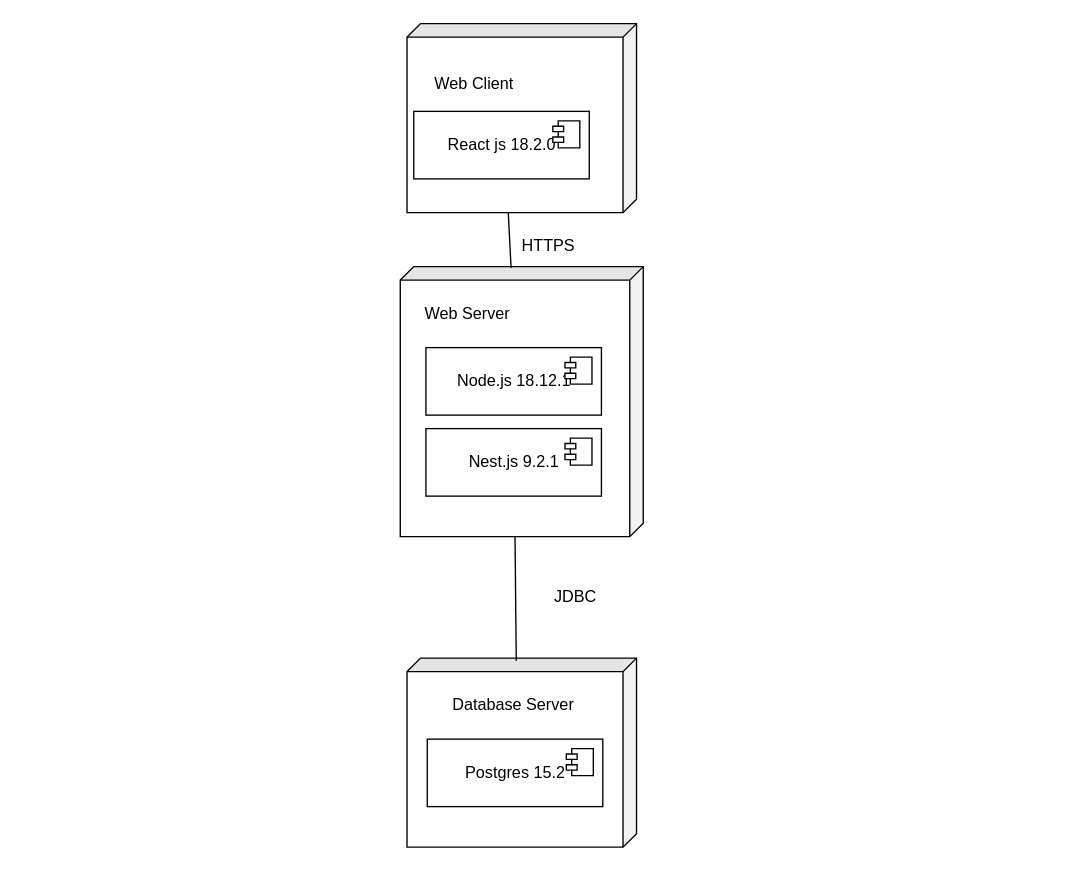
Above: diagrams/diagram_razvert.drawio in PyroGodz/ProjectionInternetSystems (draw.io), before the change. Source tidied: cells renumbered, new cells numbered last; positions are measured from the earlier drawing's top-left corner, leaving out a move shared by most shapes. Both pictures are drawn from the tidied source at 135%, with x=0, y=0 at pixel (400, 23).
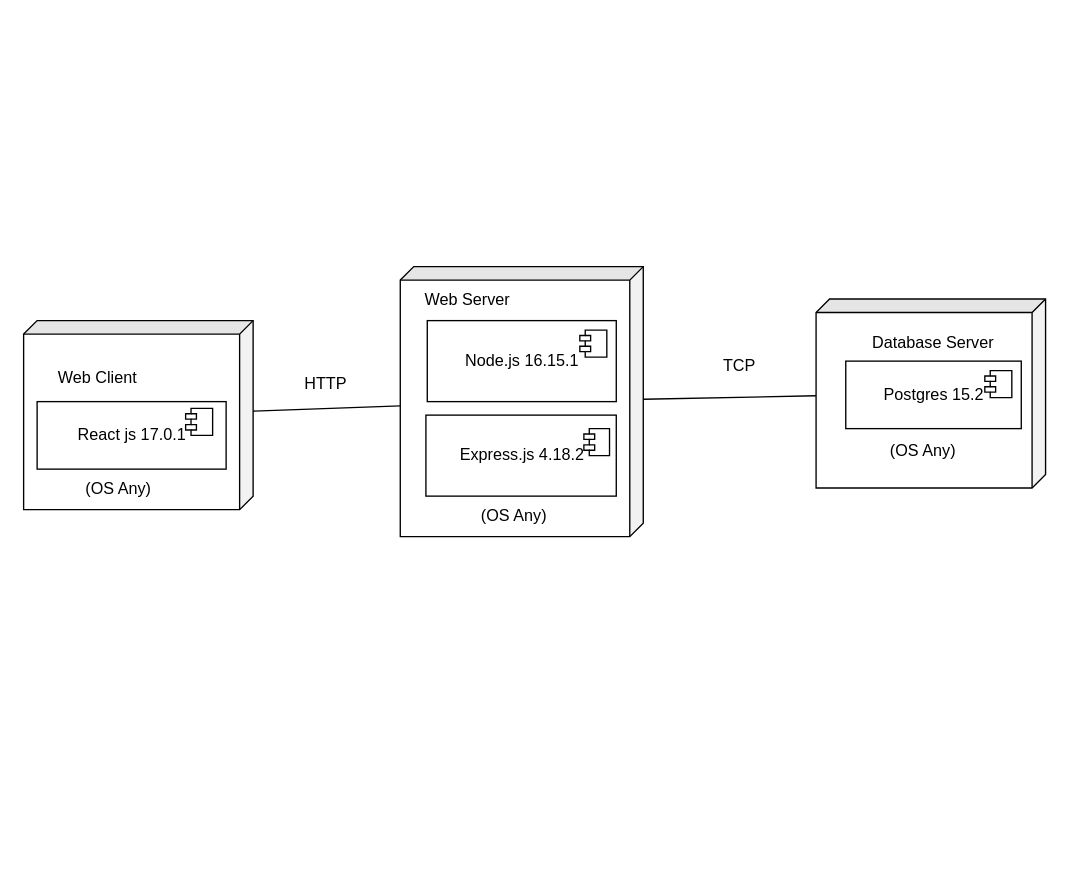
The same page after the edit.

The change refers to these unchanged cells:
```xml
<mxCell id="2" style="shape=cube;whiteSpace=wrap;html=1;boundedLbl=1;backgroundOutline=1;darkOpacity=0.05;darkOpacity2=0.1;size=10;direction=south;align=left;" parent="1" vertex="1">
  <mxGeometry y="180" width="180" height="200" as="geometry" />
</mxCell>
```

Change to the diagram source:
```diff
@@
     <mxCell id="3" value="Web Server" style="text;html=1;strokeColor=none;fillColor=none;align=center;verticalAlign=middle;whiteSpace=wrap;rounded=0;" parent="1" vertex="1">
-      <mxGeometry x="10" y="200" width="80" height="30" as="geometry" />
+      <mxGeometry x="10" y="190" width="80" height="30" as="geometry" />
     </mxCell>
-    <mxCell id="4" value="Node.js 18.12.1" style="html=1;" parent="1" vertex="1">
-      <mxGeometry x="19" y="240" width="130" height="50" as="geometry" />
+    <mxCell id="4" value="Node.js 16.15.1" style="html=1;" parent="1" vertex="1">
+      <mxGeometry x="20" y="220" width="140" height="60" as="geometry" />
     </mxCell>
@@
-    <mxCell id="6" value="Nest.js 9.2.1" style="html=1;" parent="1" vertex="1">
-      <mxGeometry x="19" y="300" width="130" height="50" as="geometry" />
+    <mxCell id="6" value="Express.js 4.18.2" style="html=1;" parent="1" vertex="1">
+      <mxGeometry x="19" y="290" width="141" height="60" as="geometry" />
     </mxCell>
     <mxCell id="7" style="shape=module;jettyWidth=8;jettyHeight=4;" parent="6" vertex="1">
-      <mxGeometry x="1" width="20" height="20" relative="1" as="geometry">
-        <mxPoint x="-27" y="7" as="offset" />
+      <mxGeometry x="1" width="19" height="20" relative="1" as="geometry">
+        <mxPoint x="-24" y="10" as="offset" />
       </mxGeometry>
     </mxCell>
     <mxCell id="8" style="shape=cube;whiteSpace=wrap;html=1;boundedLbl=1;backgroundOutline=1;darkOpacity=0.05;darkOpacity2=0.1;size=10;direction=south;align=left;" parent="1" vertex="1">
-      <mxGeometry x="5" width="170" height="140" as="geometry" />
+      <mxGeometry x="-279" y="220" width="170" height="140" as="geometry" />
     </mxCell>
     <mxCell id="9" value="Web Client" style="text;html=1;strokeColor=none;fillColor=none;align=center;verticalAlign=middle;whiteSpace=wrap;rounded=0;" parent="1" vertex="1">
-      <mxGeometry x="15" y="30" width="80" height="30" as="geometry" />
+      <mxGeometry x="-264" y="247.5" width="80" height="30" as="geometry" />
     </mxCell>
-    <mxCell id="10" style="endArrow=none;html=1;rounded=0;entryX=0.005;entryY=0.544;entryDx=0;entryDy=0;entryPerimeter=0;" parent="1" edge="1" target="2">
-      <mxGeometry relative="1" as="geometry">
-        <mxPoint x="80" y="140" as="sourcePoint" />
-      </mxGeometry>
+    <mxCell id="10" style="endArrow=none;html=1;rounded=0;" parent="1" edge="1" source="8" target="2">
+      <mxGeometry relative="1" as="geometry" />
     </mxCell>
-    <mxCell id="11" value="React js 18.2.0" style="html=1;" parent="1" vertex="1">
-      <mxGeometry x="10" y="65" width="130" height="50" as="geometry" />
+    <mxCell id="11" value="React js 17.0.1" style="html=1;" parent="1" vertex="1">
+      <mxGeometry x="-269" y="280" width="140" height="50" as="geometry" />
     </mxCell>
     <mxCell id="12" style="shape=module;jettyWidth=8;jettyHeight=4;" parent="11" vertex="1">
       <mxGeometry x="1" width="20" height="20" relative="1" as="geometry">
-        <mxPoint x="-27" y="7" as="offset" />
+        <mxPoint x="-30" y="5" as="offset" />
       </mxGeometry>
     </mxCell>
-    <mxCell id="13" value="HTTPS" style="text;html=1;strokeColor=none;fillColor=none;align=center;verticalAlign=middle;whiteSpace=wrap;rounded=0;" parent="1" vertex="1">
-      <mxGeometry x="80" y="150" width="60" height="30" as="geometry" />
+    <mxCell id="13" value="HTTP" style="text;html=1;strokeColor=none;fillColor=none;align=center;verticalAlign=middle;whiteSpace=wrap;rounded=0;" parent="1" vertex="1">
+      <mxGeometry x="-85" y="252" width="60" height="30" as="geometry" />
     </mxCell>
     <mxCell id="14" style="shape=cube;whiteSpace=wrap;html=1;boundedLbl=1;backgroundOutline=1;darkOpacity=0.05;darkOpacity2=0.1;size=10;direction=south;align=left;" parent="1" vertex="1">
-      <mxGeometry x="5" y="470" width="170" height="140" as="geometry" />
+      <mxGeometry x="308" y="204" width="170" height="140" as="geometry" />
     </mxCell>
-    <mxCell id="15" style="endArrow=none;html=1;rounded=0;exitX=0;exitY=0;exitDx=200;exitDy=95;exitPerimeter=0;entryX=0.014;entryY=0.524;entryDx=0;entryDy=0;entryPerimeter=0;" parent="1" edge="1" source="2" target="14">
+    <mxCell id="15" style="endArrow=none;html=1;rounded=0;" parent="1" edge="1" source="2" target="14">
       <mxGeometry relative="1" as="geometry" />
     </mxCell>
     <mxCell id="16" value="Postgres 15.2" style="html=1;" parent="1" vertex="1">
-      <mxGeometry x="20" y="530" width="130" height="50" as="geometry" />
+      <mxGeometry x="330" y="250" width="130" height="50" as="geometry" />
     </mxCell>
@@
     <mxCell id="18" value="Database Server" style="text;html=1;strokeColor=none;fillColor=none;align=center;verticalAlign=middle;whiteSpace=wrap;rounded=0;" parent="1" vertex="1">
-      <mxGeometry x="29" y="490" width="110" height="30" as="geometry" />
+      <mxGeometry x="340" y="222" width="110" height="30" as="geometry" />
     </mxCell>
-    <mxCell id="19" value="JDBC" style="text;html=1;strokeColor=none;fillColor=none;align=center;verticalAlign=middle;whiteSpace=wrap;rounded=0;" parent="1" vertex="1">
-      <mxGeometry x="100" y="410" width="60" height="30" as="geometry" />
-    </mxCell>
+    <mxCell id="20" value="TCP" style="text;html=1;align=center;verticalAlign=middle;strokeColor=none;fillColor=none;" parent="1" vertex="1">
+      <mxGeometry x="230" y="241" width="42" height="26" as="geometry" />
+    </mxCell>
+    <mxCell id="21" value="(OS Any)" style="text;html=1;align=center;verticalAlign=middle;strokeColor=none;fillColor=none;" parent="1" vertex="1">
+      <mxGeometry x="-244" y="330" width="70" height="30" as="geometry" />
+    </mxCell>
+    <mxCell id="22" value="(OS Any)" style="text;html=1;align=center;verticalAlign=middle;strokeColor=none;fillColor=none;" parent="1" vertex="1">
+      <mxGeometry x="49" y="350" width="70" height="30" as="geometry" />
+    </mxCell>
+    <mxCell id="23" value="(OS Any)" style="text;html=1;align=center;verticalAlign=middle;strokeColor=none;fillColor=none;" parent="1" vertex="1">
+      <mxGeometry x="352" y="302" width="70" height="30" as="geometry" />
+    </mxCell>
```
